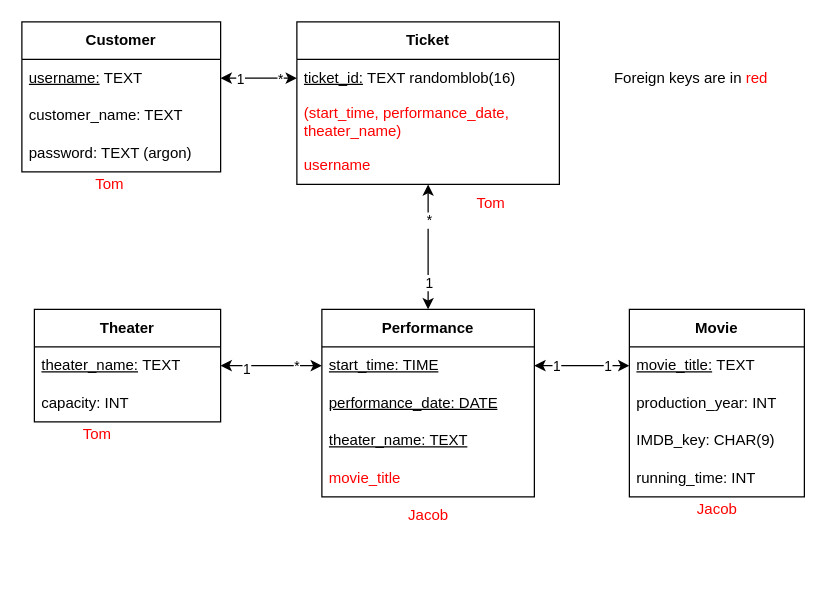
The draw.io diagram Lab2_ER_Model_w_Foreign_Keys.drawio in sergioferniza/edaf75, before the edit. Source tidied: cells renumbered, new cells numbered last; positions are measured from the earlier drawing's top-left corner, leaving out a move shared by most shapes. Both pictures are drawn from the tidied source at 125%, with x=0, y=0 at pixel (21, 21).
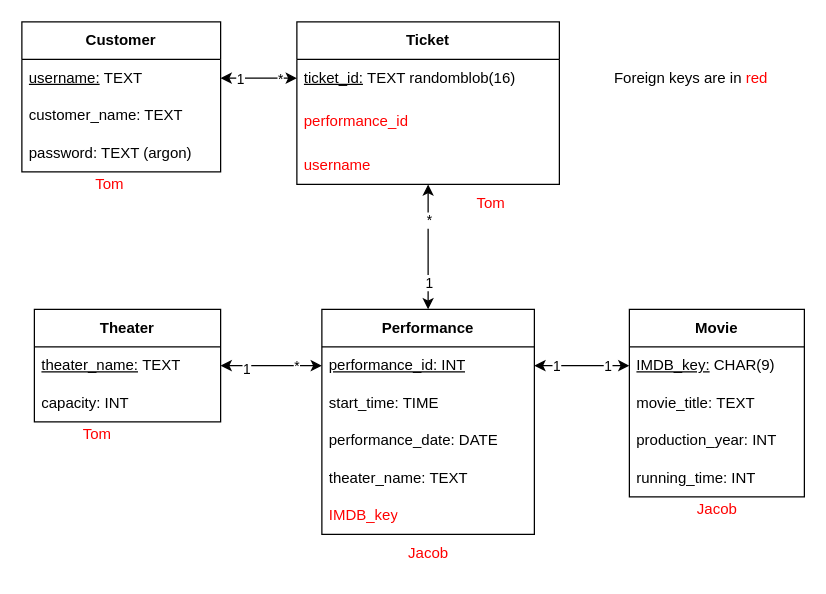
The same page after the edit.

Commit message (it also covers changes not shown here):
Fixed UML diagrams with new foreign keys for Ticket/Performance

The change refers to these unchanged cells:
```xml
<mxCell id="3" value="&lt;u&gt;theater_name:&lt;/u&gt;&amp;nbsp;TEXT" style="text;strokeColor=none;fillColor=none;align=left;verticalAlign=middle;spacingLeft=4;spacingRight=4;overflow=hidden;points=[[0,0.5],[1,0.5]];portConstraint=eastwest;whiteSpace=wrap;html=1;" parent="2" vertex="1">
  <mxGeometry y="30" width="149" height="30" as="geometry" />
</mxCell>
<mxCell id="5" value="Movie" style="swimlane;fontStyle=1;horizontal=1;startSize=30;whiteSpace=wrap;html=1;" parent="1" vertex="1">
  <mxGeometry x="486" y="230" width="140" height="150" as="geometry" />
</mxCell>
<mxCell id="22" value="Ticket" style="swimlane;fontStyle=1;horizontal=1;startSize=30;whiteSpace=wrap;html=1;" parent="1" vertex="1">
  <mxGeometry x="220" width="210" height="130" as="geometry" />
</mxCell>
```

What changed in the source:
```diff
@@
+    <mxCell id="8" value="&lt;u&gt;IMDB_key:&lt;/u&gt; CHAR(9)" style="text;strokeColor=none;fillColor=none;align=left;verticalAlign=middle;spacingLeft=4;spacingRight=4;overflow=hidden;points=[[0,0.5],[1,0.5]];portConstraint=eastwest;whiteSpace=wrap;html=1;" parent="5" vertex="1">
+      <mxGeometry y="30" width="140" height="30" as="geometry" />
+    </mxCell>
-    <mxCell id="6" value="&lt;u&gt;movie_title:&lt;/u&gt;&amp;nbsp;TEXT" style="text;strokeColor=none;fillColor=none;align=left;verticalAlign=middle;spacingLeft=4;spacingRight=4;overflow=hidden;points=[[0,0.5],[1,0.5]];portConstraint=eastwest;whiteSpace=wrap;html=1;" parent="5" vertex="1">
-      <mxGeometry y="30" width="140" height="30" as="geometry" />
+    <mxCell id="6" value="movie_title:&amp;nbsp;TEXT" style="text;strokeColor=none;fillColor=none;align=left;verticalAlign=middle;spacingLeft=4;spacingRight=4;overflow=hidden;points=[[0,0.5],[1,0.5]];portConstraint=eastwest;whiteSpace=wrap;html=1;" parent="5" vertex="1">
+      <mxGeometry y="60" width="140" height="30" as="geometry" />
     </mxCell>
     <mxCell id="7" value="production_year: INT" style="text;strokeColor=none;fillColor=none;align=left;verticalAlign=middle;spacingLeft=4;spacingRight=4;overflow=hidden;whiteSpace=wrap;html=1;" parent="5" vertex="1">
-      <mxGeometry y="60" width="140" height="30" as="geometry" />
+      <mxGeometry y="90" width="140" height="30" as="geometry" />
     </mxCell>
-    <mxCell id="8" value="IMDB_key: CHAR(9)" style="text;strokeColor=none;fillColor=none;align=left;verticalAlign=middle;spacingLeft=4;spacingRight=4;overflow=hidden;points=[[0,0.5],[1,0.5]];portConstraint=eastwest;whiteSpace=wrap;html=1;" parent="5" vertex="1">
-      <mxGeometry y="90" width="140" height="30" as="geometry" />
-    </mxCell>
@@
     <mxCell id="10" value="Performance" style="swimlane;fontStyle=1;horizontal=1;startSize=30;whiteSpace=wrap;html=1;" parent="1" vertex="1">
-      <mxGeometry x="240" y="230" width="170" height="150" as="geometry" />
+      <mxGeometry x="240" y="230" width="170" height="180" as="geometry" />
     </mxCell>
+    <mxCell id="41" value="&lt;u&gt;performance_id: INT&lt;/u&gt;" style="text;strokeColor=none;fillColor=none;align=left;verticalAlign=middle;spacingLeft=4;spacingRight=4;overflow=hidden;points=[[0,0.5],[1,0.5]];portConstraint=eastwest;whiteSpace=wrap;html=1;" parent="10" vertex="1">
+      <mxGeometry y="30" width="170" height="30" as="geometry" />
+    </mxCell>
-    <mxCell id="11" value="&lt;u&gt;start_time: TIME&lt;/u&gt;" style="text;strokeColor=none;fillColor=none;align=left;verticalAlign=middle;spacingLeft=4;spacingRight=4;overflow=hidden;points=[[0,0.5],[1,0.5]];portConstraint=eastwest;whiteSpace=wrap;html=1;" parent="10" vertex="1">
-      <mxGeometry y="30" width="170" height="30" as="geometry" />
+    <mxCell id="11" value="start_time: TIME" style="text;strokeColor=none;fillColor=none;align=left;verticalAlign=middle;spacingLeft=4;spacingRight=4;overflow=hidden;points=[[0,0.5],[1,0.5]];portConstraint=eastwest;whiteSpace=wrap;html=1;" parent="10" vertex="1">
+      <mxGeometry y="60" width="170" height="30" as="geometry" />
     </mxCell>
-    <mxCell id="12" value="&lt;u&gt;performance_date: DATE&lt;/u&gt;" style="text;strokeColor=none;fillColor=none;align=left;verticalAlign=middle;spacingLeft=4;spacingRight=4;overflow=hidden;whiteSpace=wrap;html=1;" parent="10" vertex="1">
-      <mxGeometry y="60" width="170" height="30" as="geometry" />
+    <mxCell id="12" value="performance_date: DATE" style="text;strokeColor=none;fillColor=none;align=left;verticalAlign=middle;spacingLeft=4;spacingRight=4;overflow=hidden;whiteSpace=wrap;html=1;" parent="10" vertex="1">
+      <mxGeometry y="90" width="170" height="30" as="geometry" />
     </mxCell>
-    <mxCell id="13" value="&lt;u&gt;theater_name: TEXT&lt;/u&gt;" style="text;strokeColor=none;fillColor=none;align=left;verticalAlign=middle;spacingLeft=4;spacingRight=4;overflow=hidden;whiteSpace=wrap;html=1;" parent="10" vertex="1">
-      <mxGeometry y="90" width="170" height="30" as="geometry" />
+    <mxCell id="13" value="theater_name: TEXT" style="text;strokeColor=none;fillColor=none;align=left;verticalAlign=middle;spacingLeft=4;spacingRight=4;overflow=hidden;whiteSpace=wrap;html=1;" parent="10" vertex="1">
+      <mxGeometry y="120" width="170" height="30" as="geometry" />
     </mxCell>
-    <mxCell id="14" value="&lt;font color=&quot;#ff0000&quot;&gt;movie_title&lt;/font&gt;" style="text;strokeColor=none;fillColor=none;align=left;verticalAlign=middle;spacingLeft=4;spacingRight=4;overflow=hidden;whiteSpace=wrap;html=1;" parent="10" vertex="1">
-      <mxGeometry y="120" width="170" height="30" as="geometry" />
-    </mxCell>
+    <mxCell id="42" value="&lt;font color=&quot;#ff0000&quot;&gt;IMDB_key&lt;/font&gt;" style="text;strokeColor=none;fillColor=none;align=left;verticalAlign=middle;spacingLeft=4;spacingRight=4;overflow=hidden;whiteSpace=wrap;html=1;" parent="10" vertex="1">
+      <mxGeometry y="150" width="170" height="30" as="geometry" />
+    </mxCell>
-    <mxCell id="15" style="endArrow=classic;startArrow=classic;html=1;rounded=0;exitX=1;exitY=0.5;exitDx=0;exitDy=0;entryX=0;entryY=0.5;entryDx=0;entryDy=0;" parent="1" edge="1" source="3" target="11">
+    <mxCell id="15" style="endArrow=classic;startArrow=classic;html=1;rounded=0;exitX=1;exitY=0.5;exitDx=0;exitDy=0;entryX=0;entryY=0.5;entryDx=0;entryDy=0;" parent="1" edge="1" source="3" target="41">
       <mxGeometry relative="1" as="geometry" />
     </mxCell>
@@
-    <mxCell id="24" value="&lt;font color=&quot;#ff0000&quot;&gt;(start_time, performance_date, theater_name)&lt;/font&gt;" style="text;strokeColor=none;fillColor=none;align=left;verticalAlign=middle;spacingLeft=4;spacingRight=4;overflow=hidden;whiteSpace=wrap;html=1;" parent="22" vertex="1">
+    <mxCell id="24" value="&lt;font color=&quot;#ff0000&quot;&gt;performance_id&lt;/font&gt;" style="text;strokeColor=none;fillColor=none;align=left;verticalAlign=middle;spacingLeft=4;spacingRight=4;overflow=hidden;whiteSpace=wrap;html=1;" parent="22" vertex="1">
       <mxGeometry y="60" width="210" height="40" as="geometry" />
     </mxCell>
@@
-    <mxCell id="26" style="endArrow=classic;startArrow=classic;html=1;rounded=0;exitX=0;exitY=0.5;exitDx=0;exitDy=0;" parent="1" edge="1" source="6">
+    <mxCell id="26" style="endArrow=classic;startArrow=classic;html=1;rounded=0;exitX=0;exitY=0.5;exitDx=0;exitDy=0;" parent="1" edge="1" source="8">
       <mxGeometry relative="1" as="geometry">
         <mxPoint x="410" y="275" as="targetPoint" />
       </mxGeometry>
     </mxCell>
@@
     <mxCell id="39" value="Jacob" style="text;html=1;align=center;verticalAlign=middle;strokeColor=none;fillColor=none;fontColor=#FF0000;" parent="1" vertex="1">
-      <mxGeometry x="295" y="380" width="60" height="30" as="geometry" />
+      <mxGeometry x="295" y="410" width="60" height="30" as="geometry" />
     </mxCell>
```
